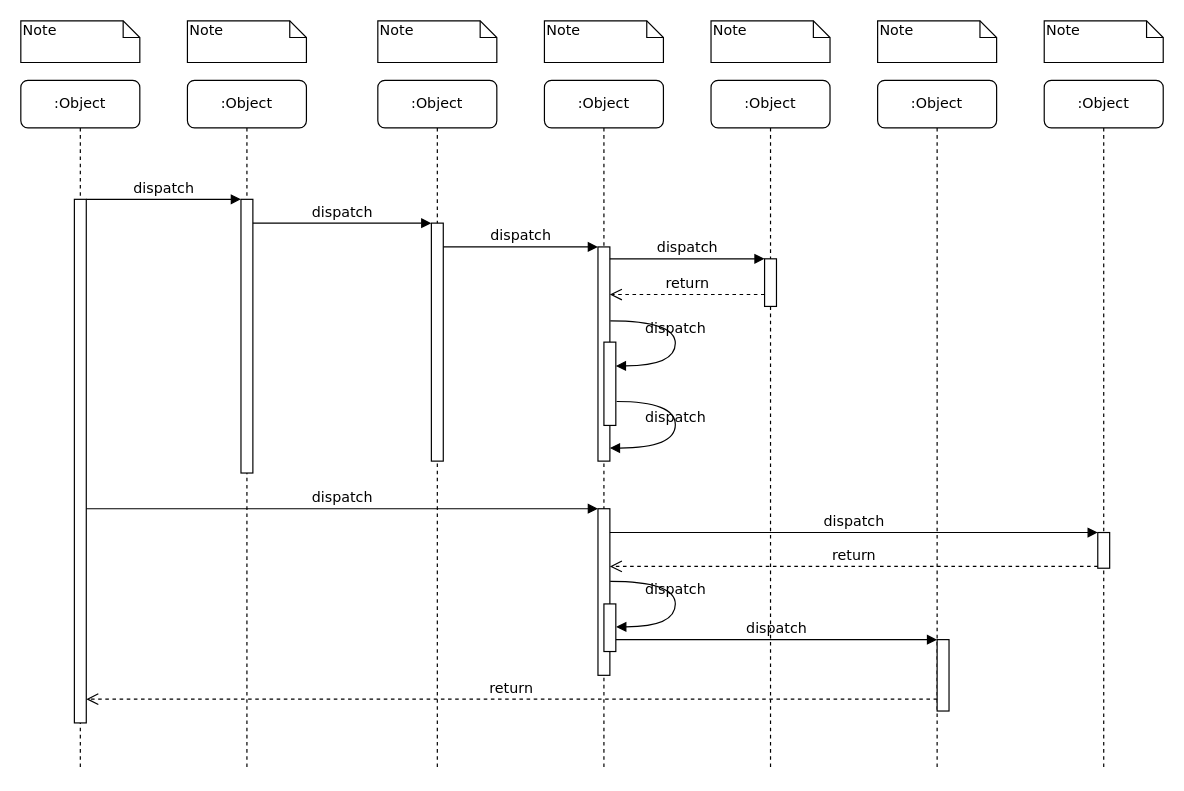
The draw.io diagram Diagrama de secuencia ATM.drawio in andreamorenom/Laboratorio-Empresarial, before the edit. Source tidied: cells renumbered, new cells numbered last; positions are measured from the earlier drawing's top-left corner, leaving out a move shared by most shapes. Both pictures are drawn from the tidied source at 119%, with x=0, y=0 at pixel (20, 20).
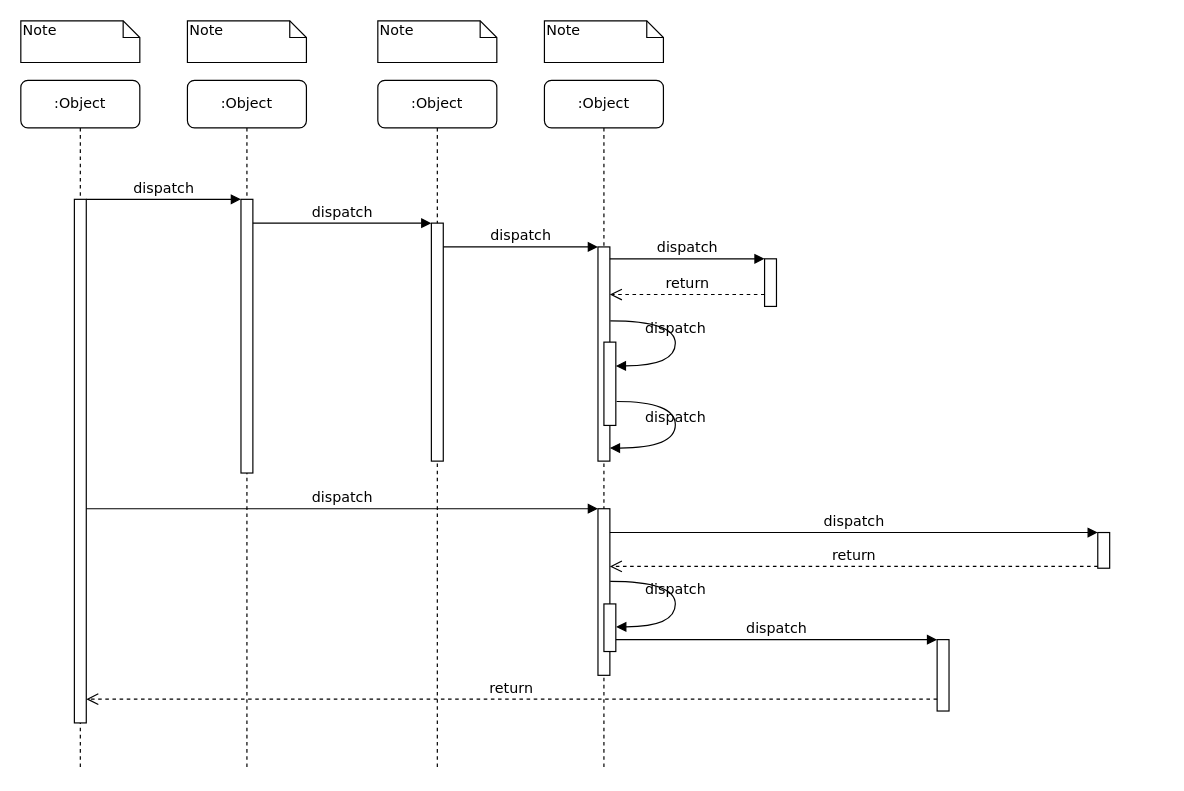
Above is the later version.

Change to the diagram source:
```diff
@@
-    <mxCell id="7" value=":Object" style="shape=umlLifeline;perimeter=lifelinePerimeter;whiteSpace=wrap;html=1;rounded=1;shadow=0;comic=0;labelBackgroundColor=none;strokeWidth=1;fontFamily=Verdana;fontSize=12;align=center;" parent="1" vertex="1">
-      <mxGeometry x="580" y="50" width="100" height="580" as="geometry" />
-    </mxCell>
-    <mxCell id="8" value=":Object" style="shape=umlLifeline;perimeter=lifelinePerimeter;whiteSpace=wrap;html=1;rounded=1;shadow=0;comic=0;labelBackgroundColor=none;strokeWidth=1;fontFamily=Verdana;fontSize=12;align=center;" parent="1" vertex="1">
-      <mxGeometry x="720" y="50" width="100" height="580" as="geometry" />
-    </mxCell>
-    <mxCell id="9" value=":Object" style="shape=umlLifeline;perimeter=lifelinePerimeter;whiteSpace=wrap;html=1;rounded=1;shadow=0;comic=0;labelBackgroundColor=none;strokeWidth=1;fontFamily=Verdana;fontSize=12;align=center;" parent="1" vertex="1">
-      <mxGeometry x="860" y="50" width="100" height="580" as="geometry" />
-    </mxCell>
@@
-    <mxCell id="36" value="Note" style="shape=note;whiteSpace=wrap;html=1;size=14;verticalAlign=top;align=left;spacingTop=-6;rounded=0;shadow=0;comic=0;labelBackgroundColor=none;strokeWidth=1;fontFamily=Verdana;fontSize=12;" parent="1" vertex="1">
-      <mxGeometry x="580" width="100" height="35" as="geometry" />
-    </mxCell>
-    <mxCell id="37" value="Note" style="shape=note;whiteSpace=wrap;html=1;size=14;verticalAlign=top;align=left;spacingTop=-6;rounded=0;shadow=0;comic=0;labelBackgroundColor=none;strokeWidth=1;fontFamily=Verdana;fontSize=12;" parent="1" vertex="1">
-      <mxGeometry x="720" width="100" height="35" as="geometry" />
-    </mxCell>
-    <mxCell id="38" value="Note" style="shape=note;whiteSpace=wrap;html=1;size=14;verticalAlign=top;align=left;spacingTop=-6;rounded=0;shadow=0;comic=0;labelBackgroundColor=none;strokeWidth=1;fontFamily=Verdana;fontSize=12;" parent="1" vertex="1">
-      <mxGeometry x="860" width="100" height="35" as="geometry" />
-    </mxCell>
```
